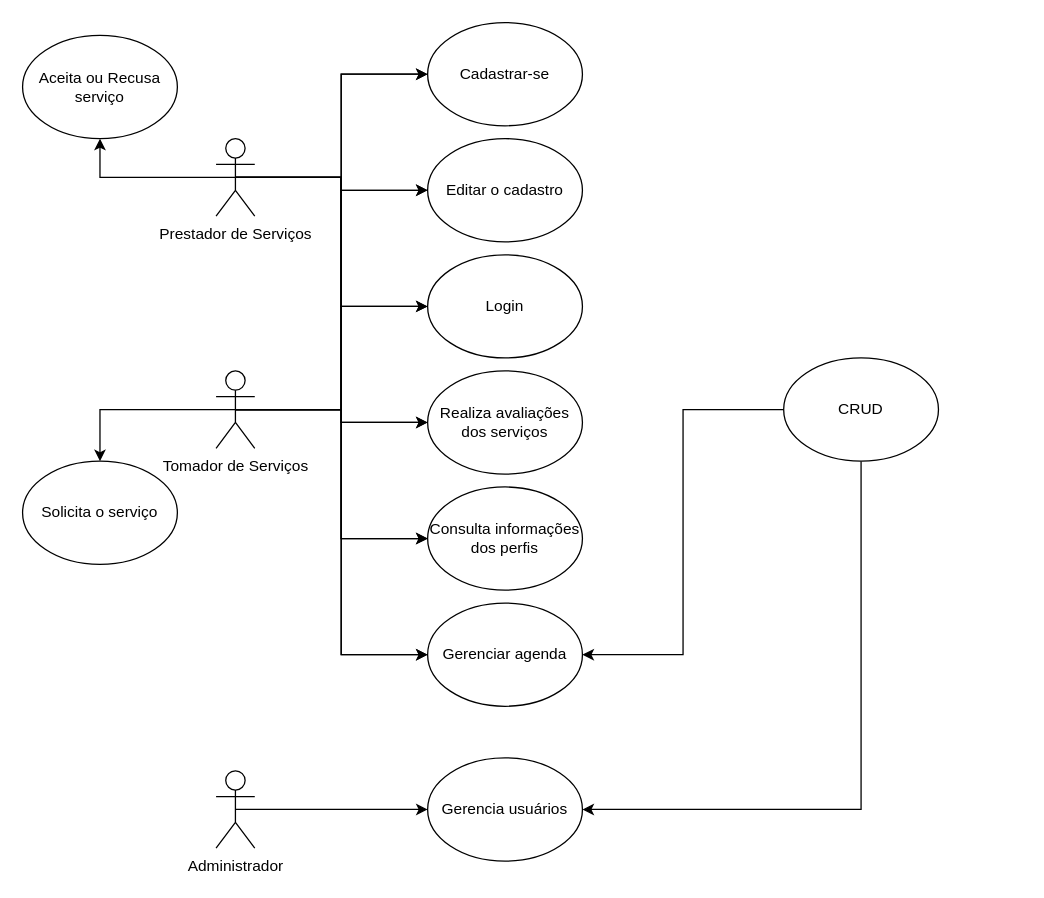
marquesluana/-PI_DSM_FATEC_2SEM2023 keeps this draw.io diagram as DIAGRAMAS/Diagrama caso de uso - Reunião 0709.drawio. Above is the earlier version. Source tidied: cells renumbered, new cells numbered last; positions are measured from the earlier drawing's top-left corner, leaving out a move shared by most shapes. Both pictures are drawn from the tidied source at 129%, with x=0, y=0 at pixel (22, 22).
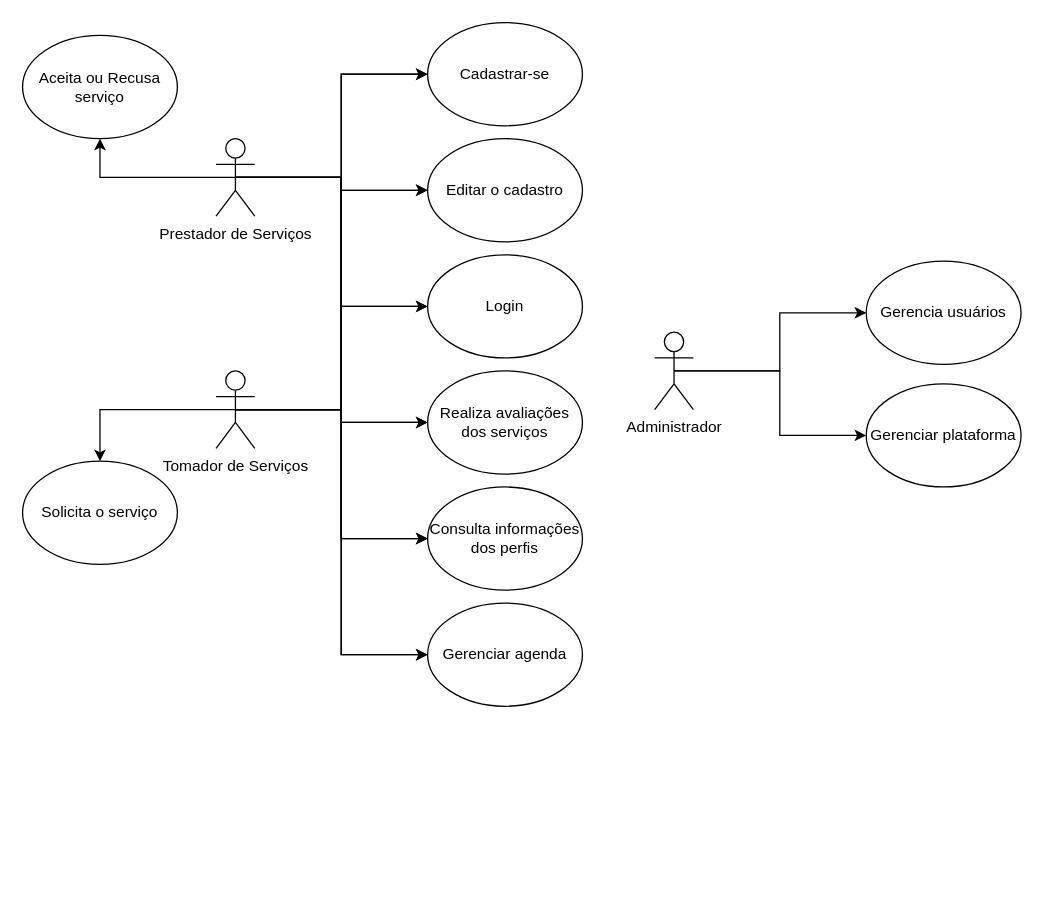
Above is the later version.

Commit message (it also covers changes not shown here):
Atualização ATA e Diagrama Caso de Uso

The change refers to these unchanged cells:
```xml
<mxCell id="25" value="Gerenciar agenda" style="ellipse;whiteSpace=wrap;html=1;" parent="1" vertex="1">
  <mxGeometry x="314" y="450" width="120" height="80" as="geometry" />
</mxCell>
```

What changed in the source:
```diff
@@
+    <mxCell id="32" style="edgeStyle=orthogonalEdgeStyle;rounded=0;jettySize=auto;html=1;exitX=0.5;exitY=0.5;exitDx=0;exitDy=0;exitPerimeter=0;entryX=0;entryY=0.5;entryDx=0;entryDy=0;" parent="1" edge="1" source="11" target="33">
+      <mxGeometry relative="1" as="geometry" />
+    </mxCell>
     <mxCell id="11" value="Administrador" style="shape=umlActor;verticalLabelPosition=bottom;verticalAlign=top;html=1;outlineConnect=0;" parent="1" vertex="1">
-      <mxGeometry x="150" y="580" width="30" height="60" as="geometry" />
+      <mxGeometry x="490" y="240" width="30" height="60" as="geometry" />
     </mxCell>
@@
-    <mxCell id="28" style="edgeStyle=orthogonalEdgeStyle;rounded=0;jettySize=auto;html=1;exitX=0;exitY=0.5;exitDx=0;exitDy=0;entryX=1;entryY=0.5;entryDx=0;entryDy=0;" parent="1" edge="1" source="30" target="25">
-      <mxGeometry relative="1" as="geometry" />
-    </mxCell>
-    <mxCell id="29" style="edgeStyle=orthogonalEdgeStyle;rounded=0;jettySize=auto;html=1;exitX=0.5;exitY=1;exitDx=0;exitDy=0;entryX=1;entryY=0.5;entryDx=0;entryDy=0;" parent="1" edge="1" source="30" target="31">
-      <mxGeometry relative="1" as="geometry" />
-    </mxCell>
-    <mxCell id="30" value="CRUD" style="ellipse;whiteSpace=wrap;html=1;" parent="1" vertex="1">
-      <mxGeometry x="590" y="260" width="120" height="80" as="geometry" />
-    </mxCell>
     <mxCell id="31" value="Gerencia usuários" style="ellipse;whiteSpace=wrap;html=1;" parent="1" vertex="1">
-      <mxGeometry x="314" y="570" width="120" height="80" as="geometry" />
+      <mxGeometry x="654" y="185" width="120" height="80" as="geometry" />
     </mxCell>
+    <mxCell id="33" value="Gerenciar plataforma" style="ellipse;whiteSpace=wrap;html=1;" parent="1" vertex="1">
+      <mxGeometry x="654" y="280" width="120" height="80" as="geometry" />
+    </mxCell>
```
